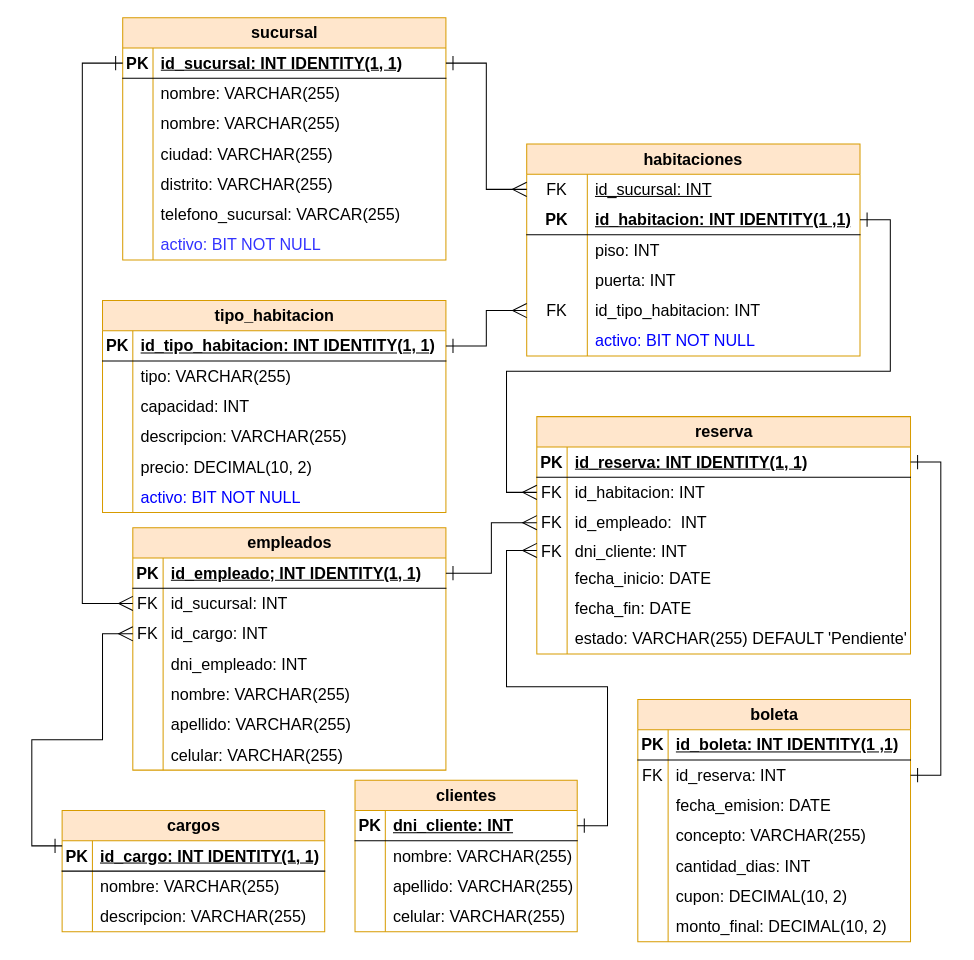
This is Base de Datos/DER - TravelEasy.drawio from Leo-Spj/Sistema-Gestor-de-Reservas-Hoteleras, a draw.io file, before an edit. Source tidied: cells renumbered, new cells numbered last; positions are measured from the earlier drawing's top-left corner, leaving out a move shared by most shapes. Both pictures are drawn from the tidied source at 101%, with x=0, y=0 at pixel (31, -38).
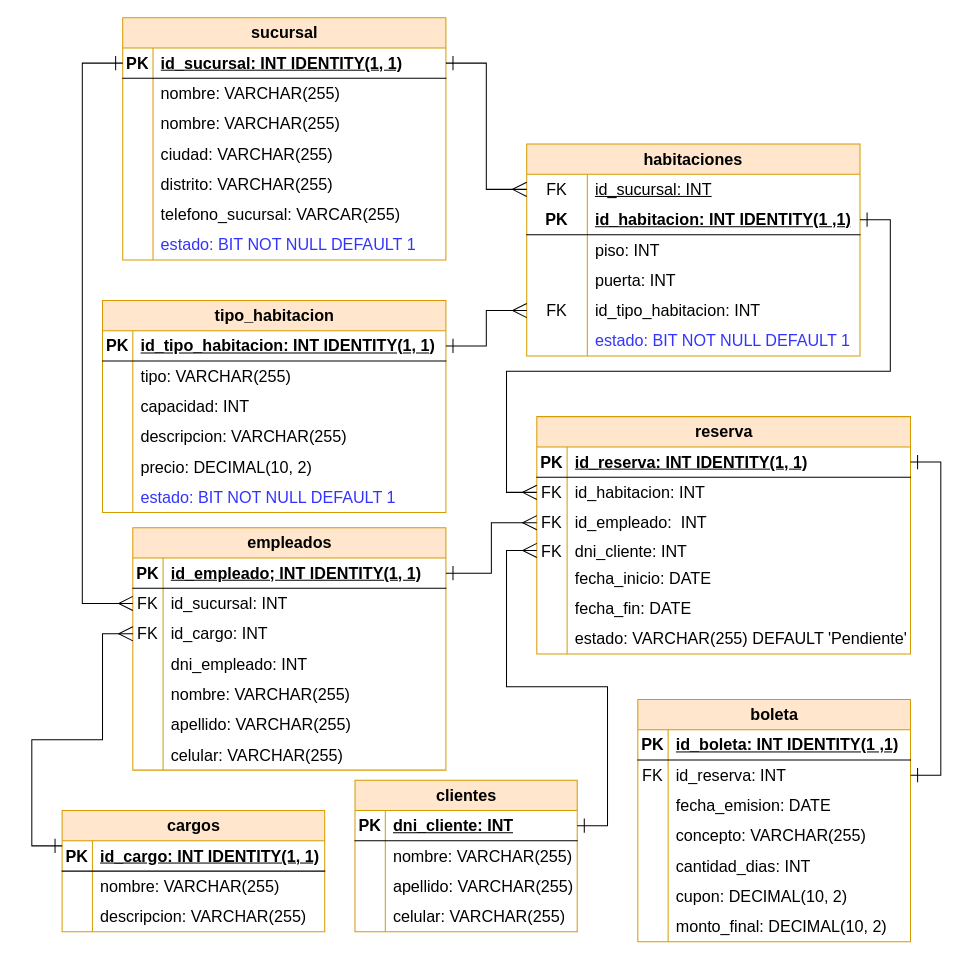
After the change.

The change refers to these unchanged cells:
```xml
<mxCell id="21" style="shape=tableRow;horizontal=0;startSize=0;swimlaneHead=0;swimlaneBody=0;fillColor=none;top=0;left=0;right=0;bottom=0;fontSize=16;" parent="2" vertex="1">
  <mxGeometry y="210" width="320" height="30" as="geometry" />
</mxCell>
<mxCell id="40" style="shape=tableRow;horizontal=0;startSize=0;swimlaneHead=0;swimlaneBody=0;fillColor=none;top=0;left=0;right=0;bottom=0;fontSize=16;" parent="24" vertex="1">
  <mxGeometry y="180" width="340" height="30" as="geometry" />
</mxCell>
<mxCell id="59" style="shape=tableRow;horizontal=0;startSize=0;swimlaneHead=0;swimlaneBody=0;fillColor=none;top=0;left=0;right=0;bottom=0;html=1;fontSize=16;" parent="43" vertex="1">
  <mxGeometry y="180" width="330" height="30" as="geometry" />
</mxCell>
```

Change to the diagram source:
```diff
@@
-    <mxCell id="23" value="activo: BIT NOT NULL" style="shape=partialRectangle;fillColor=none;top=0;left=0;bottom=0;right=0;align=left;spacingLeft=6;overflow=hidden;whiteSpace=wrap;html=1;fontSize=16;fontColor=#3333FF;" parent="21" vertex="1">
+    <mxCell id="23" value="estado: BIT NOT NULL DEFAULT 1" style="shape=partialRectangle;fillColor=none;top=0;left=0;bottom=0;right=0;align=left;spacingLeft=6;overflow=hidden;whiteSpace=wrap;html=1;fontSize=16;fontColor=#3333FF;" parent="21" vertex="1">
       <mxGeometry x="30" width="290" height="30" as="geometry" />
     </mxCell>
@@
-    <mxCell id="42" value="activo: BIT NOT NULL" style="shape=partialRectangle;fillColor=none;top=0;left=0;bottom=0;right=0;align=left;spacingLeft=6;overflow=hidden;whiteSpace=wrap;html=1;fontSize=16;fontColor=#0000FF;" parent="40" vertex="1">
+    <mxCell id="42" value="&lt;span style=&quot;color: rgb(51, 51, 255);&quot;&gt;estado: BIT NOT NULL DEFAULT 1&lt;/span&gt;" style="shape=partialRectangle;fillColor=none;top=0;left=0;bottom=0;right=0;align=left;spacingLeft=6;overflow=hidden;whiteSpace=wrap;html=1;fontSize=16;fontColor=#0000FF;" parent="40" vertex="1">
       <mxGeometry x="30" width="310" height="30" as="geometry" />
     </mxCell>
@@
-    <mxCell id="61" value="activo: BIT NOT NULL" style="shape=partialRectangle;fillColor=none;top=0;left=0;bottom=0;right=0;align=left;spacingLeft=6;overflow=hidden;html=1;whiteSpace=wrap;fontSize=16;fontColor=#0000FF;" parent="59" vertex="1">
+    <mxCell id="61" value="&lt;span style=&quot;color: rgb(51, 51, 255);&quot;&gt;estado: BIT NOT NULL DEFAULT 1&lt;/span&gt;" style="shape=partialRectangle;fillColor=none;top=0;left=0;bottom=0;right=0;align=left;spacingLeft=6;overflow=hidden;html=1;whiteSpace=wrap;fontSize=16;fontColor=#0000FF;" parent="59" vertex="1">
       <mxGeometry x="60" width="270" height="30" as="geometry" />
     </mxCell>
```
